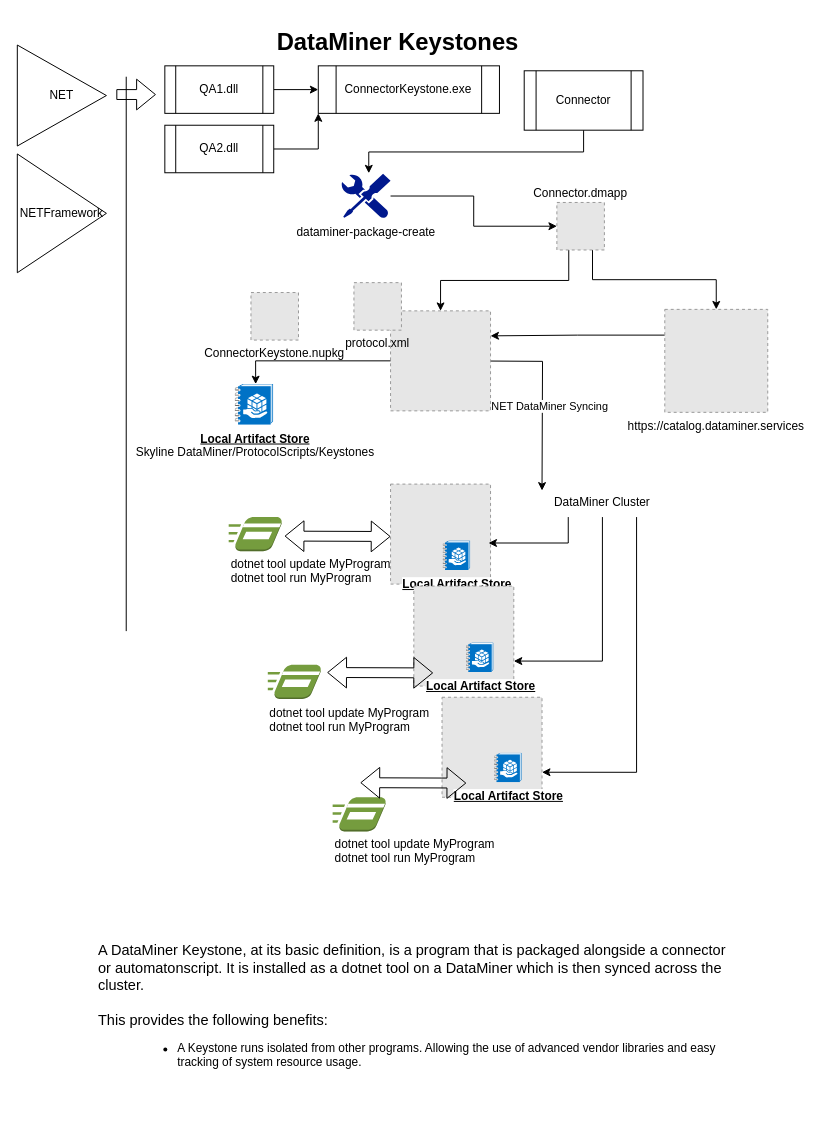
janstaelensskyline/DrawIO keeps this draw.io diagram as ConnectorAndScriptingKeystones.drawio. Above is the earlier version. Source tidied: cells renumbered, new cells numbered last; positions are measured from the earlier drawing's top-left corner, leaving out a move shared by most shapes. Both pictures are drawn from the tidied source at 99%, with x=0, y=0 at pixel (17, 17). Pictures stored in the file or linked from it are replaced by grey dashed boxes.
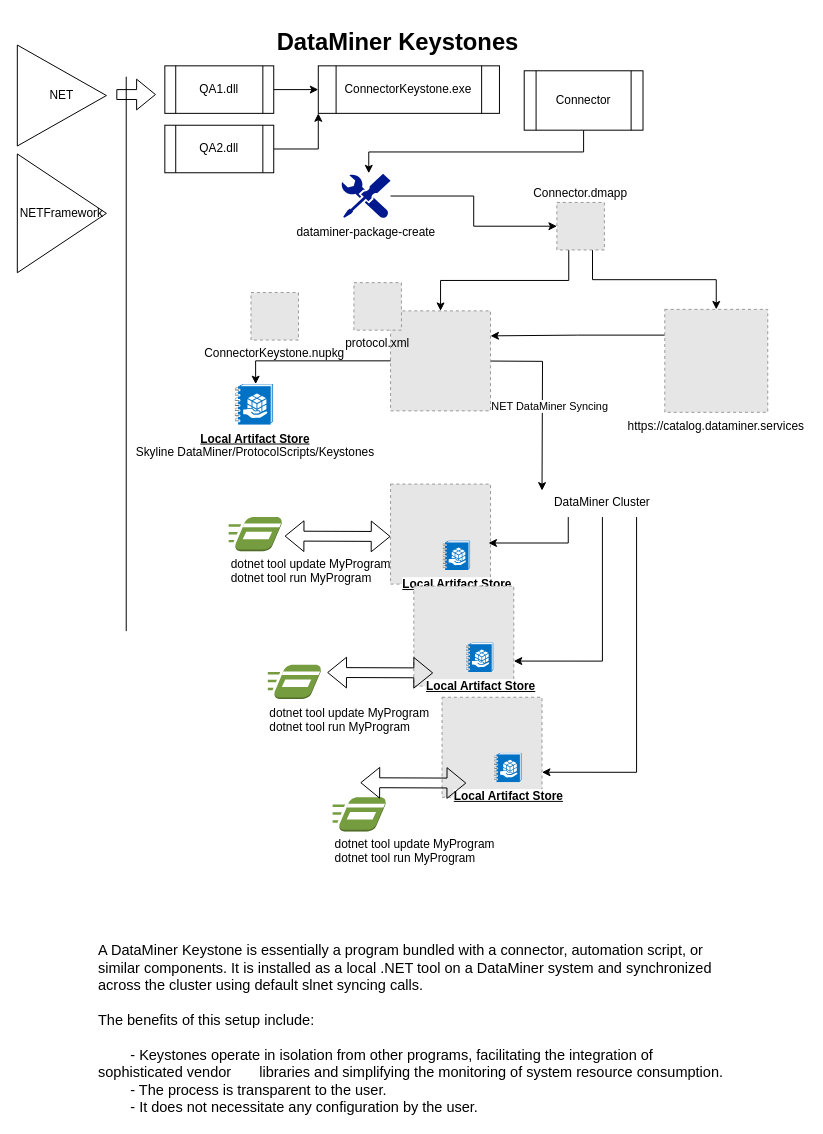
After the change.

Diff of the diagram source:
```diff
@@
-    <mxCell id="27" value="&lt;p style=&quot;margin:0in;font-family:Calibri;font-size:11.0pt&quot; lang=&quot;en-US&quot;&gt;A DataMiner Keystone, at its basic definition, is a program that is packaged alongside a connector or automatonscript. It is installed as a dotnet tool on a DataMiner which is then synced across the cluster.&amp;nbsp;&lt;/p&gt;&lt;p style=&quot;margin:0in;font-family:Calibri;font-size:11.0pt&quot; lang=&quot;en-US&quot;&gt;&lt;br&gt;&lt;/p&gt;&lt;p style=&quot;margin:0in;font-family:Calibri;font-size:11.0pt&quot; lang=&quot;en-US&quot;&gt;This provides the following benefits:&lt;/p&gt;&lt;blockquote style=&quot;margin: 0 0 0 40px; border: none; padding: 0px;&quot;&gt;&lt;ul&gt;&lt;li&gt;A Keystone runs isolated from other programs. Allowing the use of advanced vendor libraries and easy tracking of system resource usage.&lt;/li&gt;&lt;/ul&gt;&lt;p&gt;&lt;/p&gt;&lt;/blockquote&gt;&lt;p style=&quot;margin:0in;font-family:Calibri;font-size:11.0pt&quot; lang=&quot;en-US&quot;&gt;&lt;br&gt;&lt;/p&gt;" style="text;whiteSpace=wrap;html=1;" parent="1" vertex="1">
+    <mxCell id="27" value="&lt;p style=&quot;margin: 0in;&quot; lang=&quot;en-US&quot;&gt;&lt;font face=&quot;Calibri&quot;&gt;&lt;span style=&quot;font-size: 14.6667px;&quot;&gt;A DataMiner Keystone is essentially a program bundled with a connector, automation script, or similar components. It is installed as a local .NET tool on a DataMiner system and synchronized across the cluster using default slnet syncing calls.&lt;/span&gt;&lt;/font&gt;&lt;/p&gt;&lt;p style=&quot;margin: 0in;&quot; lang=&quot;en-US&quot;&gt;&lt;font face=&quot;Calibri&quot;&gt;&lt;span style=&quot;font-size: 14.6667px;&quot;&gt;&lt;br&gt;&lt;/span&gt;&lt;/font&gt;&lt;/p&gt;&lt;p style=&quot;margin: 0in;&quot; lang=&quot;en-US&quot;&gt;&lt;font face=&quot;Calibri&quot;&gt;&lt;span style=&quot;font-size: 14.6667px;&quot;&gt;The benefits of this setup include:&lt;/span&gt;&lt;/font&gt;&lt;/p&gt;&lt;p style=&quot;margin: 0in;&quot; lang=&quot;en-US&quot;&gt;&lt;font face=&quot;Calibri&quot;&gt;&lt;span style=&quot;font-size: 14.6667px;&quot;&gt;&lt;br&gt;&lt;/span&gt;&lt;/font&gt;&lt;/p&gt;&lt;p style=&quot;margin: 0in;&quot; lang=&quot;en-US&quot;&gt;&lt;font face=&quot;Calibri&quot;&gt;&lt;span style=&quot;font-size: 14.6667px;&quot;&gt;&lt;span style=&quot;white-space: pre;&quot;&gt;&#9;&lt;/span&gt;- Keystones operate in isolation from other programs, facilitating the integration of sophisticated vendor &lt;span style=&quot;white-space: pre;&quot;&gt;&#9;&lt;/span&gt;libraries and simplifying the monitoring of system resource consumption.&lt;/span&gt;&lt;/font&gt;&lt;/p&gt;&lt;p style=&quot;margin: 0in;&quot; lang=&quot;en-US&quot;&gt;&lt;font face=&quot;Calibri&quot;&gt;&lt;span style=&quot;font-size: 14.6667px;&quot;&gt;&lt;span style=&quot;white-space: pre;&quot;&gt;&#9;&lt;/span&gt;- The process is transparent to the user.&lt;/span&gt;&lt;/font&gt;&lt;/p&gt;&lt;p style=&quot;margin: 0in;&quot; lang=&quot;en-US&quot;&gt;&lt;font face=&quot;Calibri&quot;&gt;&lt;span style=&quot;font-size: 14.6667px;&quot;&gt;&lt;span style=&quot;white-space: pre;&quot;&gt;&#9;&lt;/span&gt;- It does not necessitate any configuration by the user.&lt;/span&gt;&lt;/font&gt;&lt;/p&gt;" style="text;whiteSpace=wrap;html=1;" parent="1" vertex="1">
       <mxGeometry x="80" y="928" width="650" height="181" as="geometry" />
     </mxCell>
```
